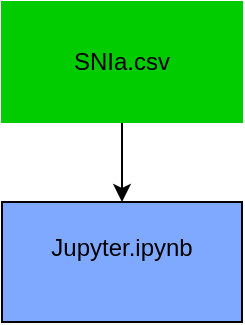
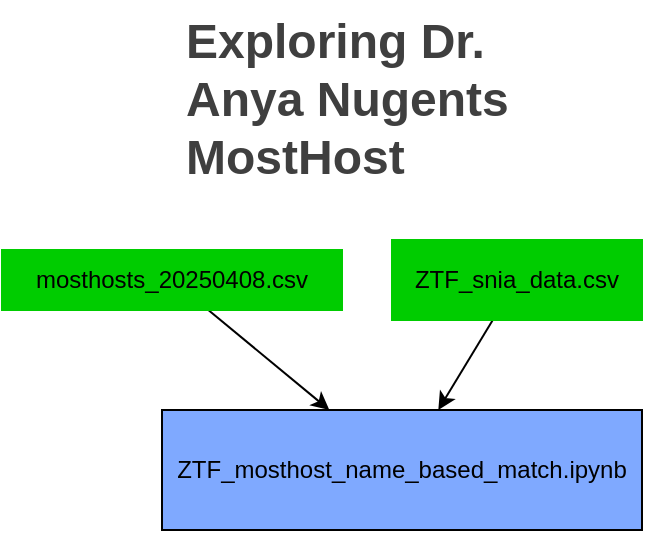
<mxfile host="65bd71144e">
    <diagram id="D3jdWZVTS5AhIuyOIHVQ" name="Page-1">
-         <mxGraphModel dx="980" dy="712" grid="1" gridSize="10" guides="1" tooltips="1" connect="1" arrows="1" fold="1" page="1" pageScale="1" pageWidth="850" pageHeight="1100" math="0" shadow="0">
+         <mxGraphModel dx="2595" dy="1796" grid="1" gridSize="10" guides="1" tooltips="1" connect="1" arrows="1" fold="1" page="1" pageScale="1" pageWidth="850" pageHeight="1100" math="0" shadow="0">
            <root>
                <mxCell id="0"/>
                <mxCell id="1" parent="0"/>
                <mxCell id="5" value="" style="edgeStyle=none;html=1;" parent="1" source="3" target="4" edge="1">
                    <mxGeometry relative="1" as="geometry"/>
                </mxCell>
-                 <mxCell id="3" value="SNIa.csv" style="rounded=0;whiteSpace=wrap;html=1;shadow=0;strokeColor=#00CC00;fillColor=#00CC00;" parent="1" vertex="1">
-                     <mxGeometry x="40" y="40" width="120" height="60" as="geometry"/>
+                 <mxCell id="3" value="mosthosts_20250408.csv" style="rounded=0;whiteSpace=wrap;html=1;shadow=0;strokeColor=#00CC00;fillColor=#00CC00;" parent="1" vertex="1">
+                     <mxGeometry x="-190" y="115" width="170" height="30" as="geometry"/>
                </mxCell>
-                 <mxCell id="4" value="Jupyter.ipynb&lt;div&gt;&lt;br&gt;&lt;/div&gt;" style="rounded=0;whiteSpace=wrap;html=1;fillColor=#7FA9FF;" parent="1" vertex="1">
-                     <mxGeometry x="40" y="140" width="120" height="60" as="geometry"/>
+                 <mxCell id="4" value="&lt;div&gt;&lt;font color=&quot;#000000&quot;&gt;ZTF_mosthost_name_based_match.ipynb&lt;/font&gt;&lt;/div&gt;" style="rounded=0;whiteSpace=wrap;html=1;fillColor=#7FA9FF;" parent="1" vertex="1">
+                     <mxGeometry x="-110" y="195" width="240" height="60" as="geometry"/>
+                 </mxCell>
+                 <mxCell id="8" value="" style="edgeStyle=none;html=1;" edge="1" parent="1" source="6" target="4">
+                     <mxGeometry relative="1" as="geometry"/>
+                 </mxCell>
+                 <mxCell id="6" value="ZTF_snia_data.csv" style="rounded=0;whiteSpace=wrap;html=1;shadow=0;strokeColor=#00CC00;fillColor=#00CC00;" vertex="1" parent="1">
+                     <mxGeometry x="5" y="110" width="125" height="40" as="geometry"/>
+                 </mxCell>
+                 <mxCell id="10" value="&lt;h1 style=&quot;margin-top: 0px;&quot;&gt;&lt;span style=&quot;color: rgb(63, 63, 63); background-color: transparent;&quot;&gt;Exploring Dr. Anya Nugents MostHost&amp;nbsp;&lt;/span&gt;&lt;/h1&gt;" style="text;html=1;whiteSpace=wrap;overflow=hidden;rounded=0;" vertex="1" parent="1">
+                     <mxGeometry x="-100" y="-10" width="180" height="120" as="geometry"/>
                </mxCell>
            </root>
        </mxGraphModel>
    </diagram>
</mxfile>